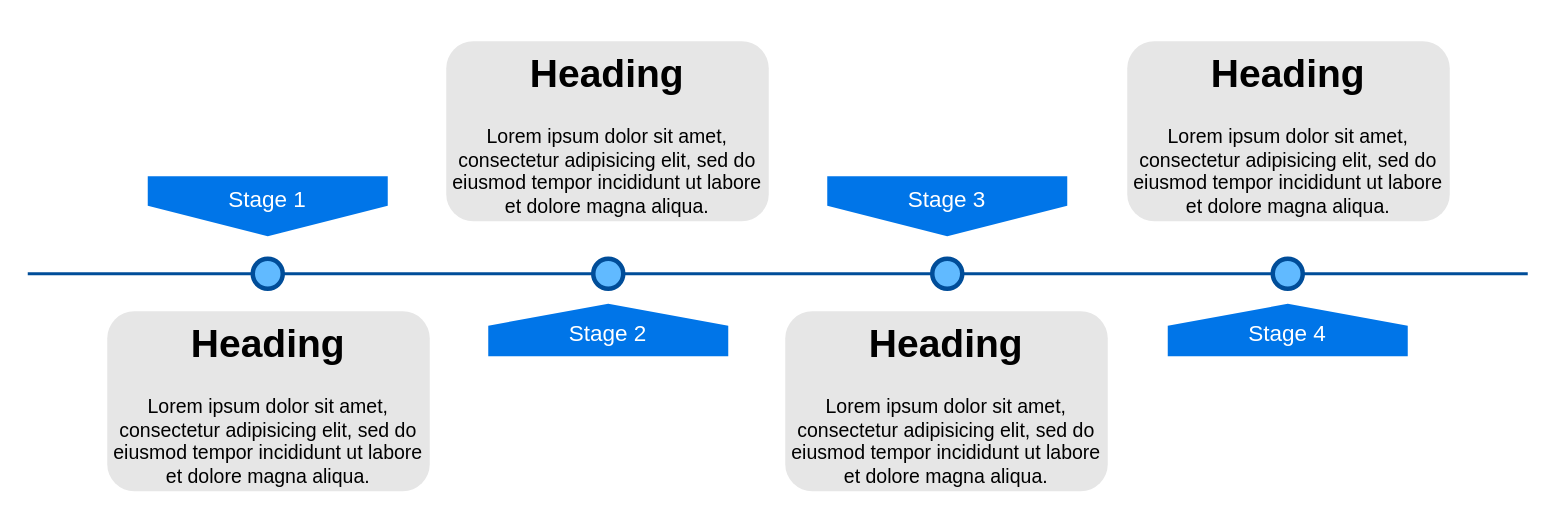
Before: 工作.drawio in llyfeng/cangku, a draw.io diagram. Source tidied: cells renumbered, new cells numbered last; positions are measured from the earlier drawing's top-left corner, leaving out a move shared by most shapes. Both pictures are drawn from the tidied source at 150%, with x=0, y=0 at pixel (27, 40).
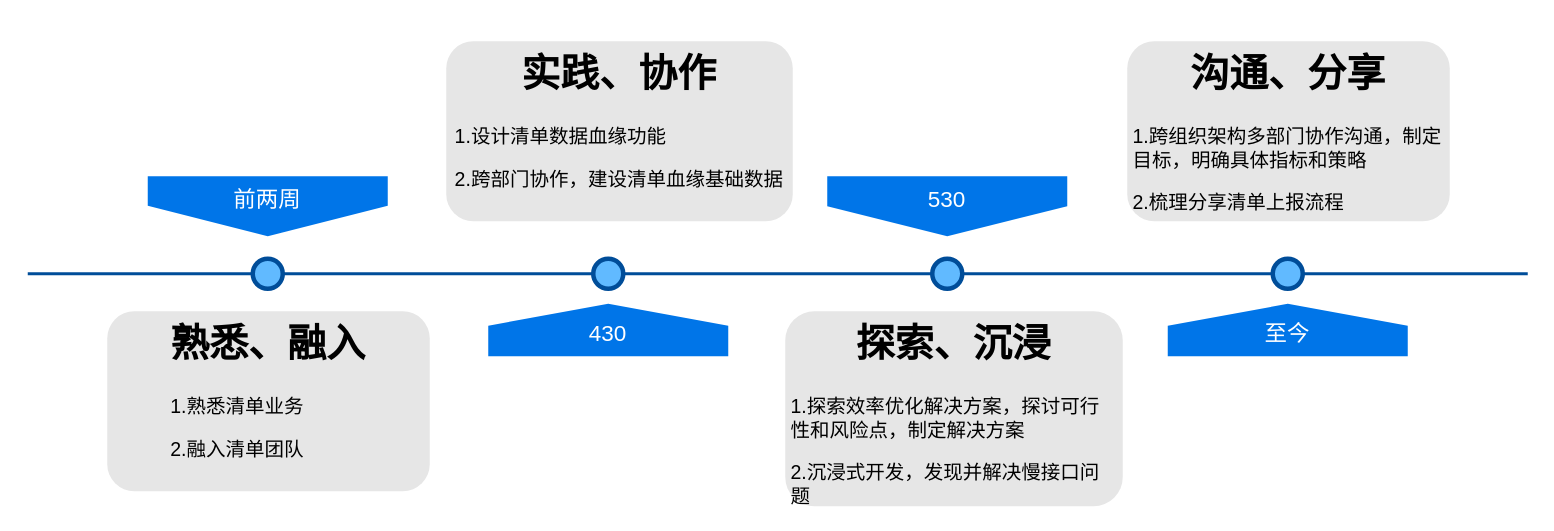
The same page after the edit.

Diff of the diagram source:
```diff
@@
 <mxGraphModel>
   <root>
     <mxCell id="0" />
     <mxCell id="1" parent="0" />
     <mxCell id="2" style="line;strokeWidth=2;html=1;fillColor=none;fontSize=28;fontColor=#004D99;strokeColor=#004D99;" parent="1" vertex="1">
       <mxGeometry y="150" width="1000" height="10" as="geometry" />
     </mxCell>
-    <mxCell id="3" value="Stage 1" style="shape=offPageConnector;whiteSpace=wrap;html=1;fillColor=#0075E8;fontSize=15;fontColor=#FFFFFF;size=0.5093750000000015;verticalAlign=top;strokeColor=none;" parent="1" vertex="1">
+    <mxCell id="3" value="前两周" style="shape=offPageConnector;whiteSpace=wrap;html=1;fillColor=#0075E8;fontSize=15;fontColor=#FFFFFF;size=0.5093750000000015;verticalAlign=top;strokeColor=none;" parent="1" vertex="1">
       <mxGeometry x="80" y="90" width="160" height="40" as="geometry" />
     </mxCell>
-    <mxCell id="4" value="&lt;span&gt;Stage 3&lt;/span&gt;" style="shape=offPageConnector;whiteSpace=wrap;html=1;fillColor=#0075E8;fontSize=15;fontColor=#FFFFFF;size=0.5093750000000015;verticalAlign=top;strokeColor=none;" parent="1" vertex="1">
+    <mxCell id="4" value="530" style="shape=offPageConnector;whiteSpace=wrap;html=1;fillColor=#0075E8;fontSize=15;fontColor=#FFFFFF;size=0.5000000000000029;verticalAlign=top;strokeColor=none;" parent="1" vertex="1">
       <mxGeometry x="533" y="90" width="160" height="40" as="geometry" />
     </mxCell>
-    <mxCell id="5" value="&lt;span&gt;Stage 2&lt;/span&gt;" style="shape=offPageConnector;whiteSpace=wrap;html=1;fillColor=#0075E8;fontSize=15;fontColor=#FFFFFF;size=0.4178571428571445;flipV=1;verticalAlign=bottom;strokeColor=none;spacingBottom=4;" parent="1" vertex="1">
+    <mxCell id="5" value="430" style="shape=offPageConnector;whiteSpace=wrap;html=1;fillColor=#0075E8;fontSize=15;fontColor=#FFFFFF;size=0.4178571428571445;flipV=1;verticalAlign=bottom;strokeColor=none;spacingBottom=4;" parent="1" vertex="1">
       <mxGeometry x="307" y="175" width="160" height="35" as="geometry" />
     </mxCell>
-    <mxCell id="6" value="&lt;span&gt;Stage 4&lt;/span&gt;" style="shape=offPageConnector;whiteSpace=wrap;html=1;fillColor=#0075E8;fontSize=15;fontColor=#FFFFFF;size=0.4178571428571445;flipV=1;verticalAlign=bottom;strokeColor=none;spacingBottom=4;" parent="1" vertex="1">
+    <mxCell id="6" value="至今" style="shape=offPageConnector;whiteSpace=wrap;html=1;fillColor=#0075E8;fontSize=15;fontColor=#FFFFFF;size=0.4178571428571445;flipV=1;verticalAlign=bottom;strokeColor=none;spacingBottom=4;" parent="1" vertex="1">
       <mxGeometry x="760" y="175" width="160" height="35" as="geometry" />
     </mxCell>
     <mxCell id="7" style="ellipse;whiteSpace=wrap;html=1;fillColor=#61BAFF;fontSize=28;fontColor=#004D99;strokeWidth=3;strokeColor=#004D99;" parent="1" vertex="1">
       <mxGeometry x="150" y="145" width="20" height="20" as="geometry" />
     </mxCell>
     <mxCell id="8" style="ellipse;whiteSpace=wrap;html=1;fillColor=#61BAFF;fontSize=28;fontColor=#004D99;strokeWidth=3;strokeColor=#004D99;" parent="1" vertex="1">
       <mxGeometry x="377" y="145" width="20" height="20" as="geometry" />
     </mxCell>
     <mxCell id="9" style="ellipse;whiteSpace=wrap;html=1;fillColor=#61BAFF;fontSize=28;fontColor=#004D99;strokeWidth=3;strokeColor=#004D99;" parent="1" vertex="1">
       <mxGeometry x="603" y="145" width="20" height="20" as="geometry" />
     </mxCell>
     <mxCell id="10" style="ellipse;whiteSpace=wrap;html=1;fillColor=#61BAFF;fontSize=28;fontColor=#004D99;strokeWidth=3;strokeColor=#004D99;" parent="1" vertex="1">
       <mxGeometry x="830" y="145" width="20" height="20" as="geometry" />
     </mxCell>
-    <mxCell id="11" value="&lt;h1&gt;Heading&lt;/h1&gt;&lt;p&gt;Lorem ipsum dolor sit amet, consectetur adipisicing elit, sed do eiusmod tempor incididunt ut labore et dolore magna aliqua.&lt;/p&gt;" style="text;html=1;spacing=5;spacingTop=-20;whiteSpace=wrap;overflow=hidden;strokeColor=none;strokeWidth=3;fillColor=#E6E6E6;fontSize=13;fontColor=#000000;align=center;rounded=1;" parent="1" vertex="1">
+    <mxCell id="11" value="&lt;h1&gt;熟悉、融入&lt;/h1&gt;&lt;p style=&quot;text-align: left;&quot;&gt;1.熟悉清单业务&lt;/p&gt;&lt;p style=&quot;text-align: left;&quot;&gt;2.融入清单团队&lt;/p&gt;" style="text;html=1;spacing=5;spacingTop=-20;whiteSpace=wrap;overflow=hidden;strokeColor=none;strokeWidth=3;fillColor=#E6E6E6;fontSize=13;fontColor=#000000;align=center;rounded=1;" parent="1" vertex="1">
       <mxGeometry x="53" y="180" width="215" height="120" as="geometry" />
     </mxCell>
-    <mxCell id="12" value="&lt;h1&gt;Heading&lt;/h1&gt;&lt;p&gt;Lorem ipsum dolor sit amet, consectetur adipisicing elit, sed do eiusmod tempor incididunt ut labore et dolore magna aliqua.&lt;/p&gt;" style="text;html=1;spacing=5;spacingTop=-20;whiteSpace=wrap;overflow=hidden;strokeColor=none;strokeWidth=3;fillColor=#E6E6E6;fontSize=13;fontColor=#000000;align=center;rounded=1;" parent="1" vertex="1">
-      <mxGeometry x="279" width="215" height="120" as="geometry" />
+    <mxCell id="12" value="&lt;h1&gt;实践、协作&lt;/h1&gt;&lt;p style=&quot;text-align: left;&quot;&gt;&lt;span style=&quot;background-color: initial;&quot;&gt;1.设计清单数据血缘功能&lt;/span&gt;&lt;/p&gt;&lt;p style=&quot;text-align: left;&quot;&gt;&lt;span style=&quot;background-color: initial;&quot;&gt;2.跨部门协作，建设清单血缘基础数据&lt;/span&gt;&lt;/p&gt;" style="text;html=1;spacing=5;spacingTop=-20;whiteSpace=wrap;overflow=hidden;strokeColor=none;strokeWidth=3;fillColor=#E6E6E6;fontSize=13;fontColor=#000000;align=center;rounded=1;" parent="1" vertex="1">
+      <mxGeometry x="279" width="231" height="120" as="geometry" />
     </mxCell>
-    <mxCell id="13" value="&lt;h1&gt;Heading&lt;/h1&gt;&lt;p&gt;Lorem ipsum dolor sit amet, consectetur adipisicing elit, sed do eiusmod tempor incididunt ut labore et dolore magna aliqua.&lt;/p&gt;" style="text;html=1;spacing=5;spacingTop=-20;whiteSpace=wrap;overflow=hidden;strokeColor=none;strokeWidth=3;fillColor=#E6E6E6;fontSize=13;fontColor=#000000;align=center;rounded=1;" parent="1" vertex="1">
-      <mxGeometry x="505" y="180" width="215" height="120" as="geometry" />
+    <mxCell id="13" value="&lt;h1&gt;探索、沉浸&lt;/h1&gt;&lt;p style=&quot;text-align: left;&quot;&gt;1.探索效率优化解决方案，探讨可行性和风险点，制定解决方案&lt;/p&gt;&lt;p style=&quot;text-align: left;&quot;&gt;2.沉浸式开发，发现并解决慢接口问题&lt;/p&gt;" style="text;html=1;spacing=5;spacingTop=-20;whiteSpace=wrap;overflow=hidden;strokeColor=none;strokeWidth=3;fillColor=#E6E6E6;fontSize=13;fontColor=#000000;align=center;rounded=1;" parent="1" vertex="1">
+      <mxGeometry x="505" y="180" width="225" height="130" as="geometry" />
     </mxCell>
-    <mxCell id="14" value="&lt;h1&gt;Heading&lt;/h1&gt;&lt;p&gt;Lorem ipsum dolor sit amet, consectetur adipisicing elit, sed do eiusmod tempor incididunt ut labore et dolore magna aliqua.&lt;/p&gt;" style="text;html=1;spacing=5;spacingTop=-20;whiteSpace=wrap;overflow=hidden;strokeColor=none;strokeWidth=3;fillColor=#E6E6E6;fontSize=13;fontColor=#000000;align=center;rounded=1;" parent="1" vertex="1">
+    <mxCell id="14" value="&lt;h1&gt;沟通、分享&lt;/h1&gt;&lt;p style=&quot;text-align: left;&quot;&gt;1.跨组织架构多部门协作沟通，制定目标，明确具体指标和策略&lt;/p&gt;&lt;p style=&quot;text-align: left;&quot;&gt;2.梳理分享清单上报流程&lt;/p&gt;" style="text;html=1;spacing=5;spacingTop=-20;whiteSpace=wrap;overflow=hidden;strokeColor=none;strokeWidth=3;fillColor=#E6E6E6;fontSize=13;fontColor=#000000;align=center;rounded=1;" parent="1" vertex="1">
       <mxGeometry x="733" width="215" height="120" as="geometry" />
     </mxCell>
   </root>
 </mxGraphModel>
```
